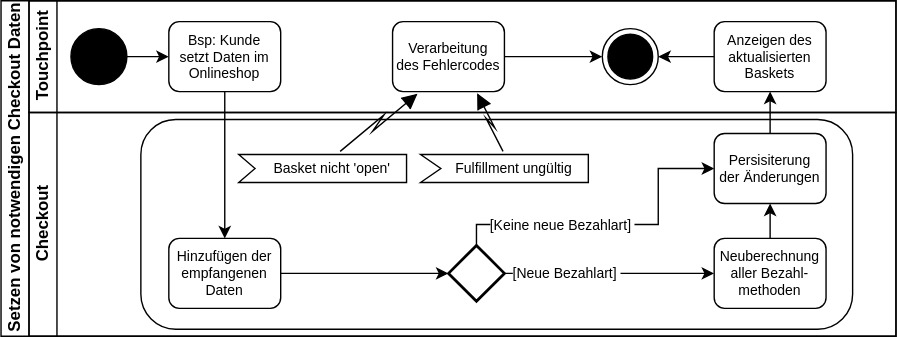
Above: svg/AD Checkoutdata.svg in Thalmaier/bachelor-thesis (draw.io), before the change. Source tidied: cells renumbered, new cells last; positions are measured from the earlier drawing's top-left corner, leaving out a move shared by most shapes. The source it was exported from:
```xml
<mxGraphModel>
  <root>
    <mxCell id="0" />
    <mxCell id="1" parent="0" />
    <mxCell id="2" value="Setzen von notwendigen Checkout Daten" style="swimlane;html=1;horizontal=0;startSize=20;fontColor=#000000;strokeColor=#000000;fillColor=none;" parent="1" vertex="1">
      <mxGeometry width="640" height="240" as="geometry" />
    </mxCell>
    <mxCell id="3" value="Touchpoint" style="swimlane;html=1;startSize=20;horizontal=0;fontColor=#000000;strokeColor=#000000;fillColor=none;" parent="2" vertex="1">
      <mxGeometry x="20" width="620" height="80" as="geometry" />
    </mxCell>
    <mxCell id="4" style="edgeStyle=orthogonalEdgeStyle;rounded=0;jettySize=auto;html=1;fontColor=#000000;strokeColor=#000000;" parent="3" edge="1" source="5" target="6">
      <mxGeometry relative="1" as="geometry" />
    </mxCell>
    <mxCell id="5" style="ellipse;whiteSpace=wrap;html=1;fontColor=#000000;strokeColor=#000000;fillColor=#000000;" parent="3" vertex="1">
      <mxGeometry x="30" y="20" width="40" height="40" as="geometry" />
    </mxCell>
    <mxCell id="6" value="Bsp: Kunde&#10;setzt Daten im&#10;Onlineshop" style="rounded=1;fontFamily=Helvetica;fontSize=10;fontColor=#000000;align=center;strokeColor=#000000;fillColor=#FFFFFF;" parent="3" vertex="1">
      <mxGeometry x="100" y="15" width="80" height="50" as="geometry" />
    </mxCell>
    <mxCell id="7" style="edgeStyle=orthogonalEdgeStyle;rounded=0;jettySize=auto;html=1;fontSize=10;fontColor=#000000;strokeColor=#000000;" parent="3" edge="1" source="8" target="9">
      <mxGeometry relative="1" as="geometry" />
    </mxCell>
    <mxCell id="8" value="Verarbeitung&#10;des Fehlercodes" style="rounded=1;fontFamily=Helvetica;fontSize=10;fontColor=#000000;align=center;strokeColor=#000000;fillColor=#FFFFFF;" parent="3" vertex="1">
      <mxGeometry x="260" y="15" width="80" height="50" as="geometry" />
    </mxCell>
    <mxCell id="9" style="ellipse;html=1;shape=endState;fillColor=#000000;strokeColor=#000000;fontSize=10;fontColor=#000000;" parent="3" vertex="1">
      <mxGeometry x="410" y="20" width="40" height="40" as="geometry" />
    </mxCell>
    <mxCell id="10" style="edgeStyle=orthogonalEdgeStyle;rounded=0;jettySize=auto;html=1;exitX=0;exitY=0.5;exitDx=0;exitDy=0;entryX=1;entryY=0.5;entryDx=0;entryDy=0;fontSize=11;fontColor=#000000;strokeColor=#000000;" parent="3" edge="1" source="11" target="9">
      <mxGeometry relative="1" as="geometry" />
    </mxCell>
    <mxCell id="11" value="Anzeigen des&#10;aktualisierten&#10;Baskets" style="rounded=1;fontFamily=Helvetica;fontSize=10;fontColor=#000000;align=center;strokeColor=#000000;fillColor=#FFFFFF;" parent="3" vertex="1">
      <mxGeometry x="490" y="15" width="80" height="50" as="geometry" />
    </mxCell>
    <mxCell id="12" value="Checkout" style="swimlane;html=1;startSize=20;horizontal=0;fontColor=#000000;strokeColor=#000000;fillColor=none;" parent="2" vertex="1">
      <mxGeometry x="20" y="80" width="620" height="160" as="geometry" />
    </mxCell>
    <mxCell id="13" style="html=1;align=right;verticalAlign=top;rounded=1;absoluteArcSize=1;arcSize=50;dashed=0;spacingTop=10;spacingRight=30;sketch=0;fillStyle=auto;fillColor=none;strokeColor=#000000;" parent="12" vertex="1">
      <mxGeometry x="80" y="5" width="509" height="150" as="geometry" />
    </mxCell>
    <mxCell id="14" style="edgeStyle=orthogonalEdgeStyle;rounded=0;jettySize=auto;html=1;fontSize=10;fontColor=#000000;strokeColor=#000000;" parent="12" edge="1" source="15" target="21">
      <mxGeometry relative="1" as="geometry" />
    </mxCell>
    <mxCell id="15" value="Hinzufügen der&#10;empfangenen&#10;Daten" style="rounded=1;fontFamily=Helvetica;fontSize=10;fontColor=#000000;align=center;strokeColor=#000000;fillColor=#FFFFFF;" parent="12" vertex="1">
      <mxGeometry x="100" y="90" width="80" height="50" as="geometry" />
    </mxCell>
    <mxCell id="16" value="Persisiterung&#10;der Änderungen" style="rounded=1;fontFamily=Helvetica;fontSize=10;fontColor=#000000;align=center;strokeColor=#000000;fillColor=#FFFFFF;" parent="12" vertex="1">
      <mxGeometry x="490" y="15" width="80" height="50" as="geometry" />
    </mxCell>
    <mxCell id="17" style="edgeStyle=orthogonalEdgeStyle;rounded=0;jettySize=auto;html=1;entryX=0;entryY=0.5;entryDx=0;entryDy=0;fontSize=11;fontColor=#000000;strokeColor=#000000;" parent="12" edge="1" source="21" target="23">
      <mxGeometry relative="1" as="geometry" />
    </mxCell>
    <mxCell id="18" value="[Neue Bezahlart]" style="edgeLabel;align=center;verticalAlign=middle;fontSize=10;fontColor=#000000;labelBackgroundColor=#FFFFFF;" parent="17" vertex="1">
      <mxGeometry x="-0.41" relative="1" as="geometry">
        <mxPoint x="-1" y="-1" as="offset" />
      </mxGeometry>
    </mxCell>
    <mxCell id="19" style="edgeStyle=orthogonalEdgeStyle;rounded=0;jettySize=auto;html=1;exitX=0.5;exitY=0;exitDx=0;exitDy=0;exitPerimeter=0;entryX=0;entryY=0.5;entryDx=0;entryDy=0;fontSize=11;fontColor=#000000;strokeColor=#000000;" parent="12" edge="1" source="21" target="16">
      <mxGeometry relative="1" as="geometry">
        <Array as="points">
          <mxPoint x="320" y="80" />
          <mxPoint x="450" y="80" />
          <mxPoint x="450" y="40" />
        </Array>
      </mxGeometry>
    </mxCell>
    <mxCell id="20" value="[Keine neue Bezahlart]" style="edgeLabel;align=center;verticalAlign=middle;fontSize=10;fontColor=#000000;labelBackgroundColor=#FFFFFF;" parent="19" vertex="1">
      <mxGeometry x="-0.77" relative="1" as="geometry">
        <mxPoint x="50" as="offset" />
      </mxGeometry>
    </mxCell>
    <mxCell id="21" style="strokeWidth=2;html=1;shape=mxgraph.flowchart.decision;whiteSpace=wrap;fontSize=10;fontColor=#000000;fillColor=#FFFFFF;strokeColor=#000000;" parent="12" vertex="1">
      <mxGeometry x="300" y="95" width="40" height="40" as="geometry" />
    </mxCell>
    <mxCell id="22" style="edgeStyle=orthogonalEdgeStyle;rounded=0;jettySize=auto;html=1;entryX=0.5;entryY=1;entryDx=0;entryDy=0;fontSize=11;fontColor=#000000;strokeColor=#000000;" parent="12" edge="1" source="23" target="16">
      <mxGeometry relative="1" as="geometry" />
    </mxCell>
    <mxCell id="23" value="Neuberechnung&#10;aller Bezahl-&#10;methoden" style="rounded=1;fontFamily=Helvetica;fontSize=10;fontColor=#000000;align=center;strokeColor=#000000;fillColor=#FFFFFF;" parent="12" vertex="1">
      <mxGeometry x="490" y="90" width="80" height="50" as="geometry" />
    </mxCell>
    <mxCell id="24" value="Basket nicht 'open'" style="shape=mxgraph.infographic.ribbonSimple;notch1=11.67;notch2=0;align=center;verticalAlign=middle;fontSize=10;fontStyle=0;fillColor=#FFFFFF;flipH=0;spacingRight=0;spacingLeft=14;rounded=1;sketch=0;fillStyle=auto;strokeColor=#000000;fontColor=#000000;" parent="12" vertex="1">
      <mxGeometry x="150" y="30" width="120" height="20" as="geometry" />
    </mxCell>
    <mxCell id="25" value="Fulfillment ungültig" style="shape=mxgraph.infographic.ribbonSimple;notch1=14.52;notch2=0;align=center;verticalAlign=middle;fontSize=10;fontStyle=0;fillColor=#FFFFFF;flipH=0;spacingRight=0;spacingLeft=14;rounded=1;sketch=0;fillStyle=auto;strokeColor=#000000;fontColor=#000000;" parent="12" vertex="1">
      <mxGeometry x="280" y="30" width="120" height="20" as="geometry" />
    </mxCell>
    <mxCell id="26" style="edgeStyle=orthogonalEdgeStyle;rounded=0;jettySize=auto;html=1;fontSize=10;fontColor=#000000;strokeColor=#000000;" parent="2" edge="1" source="6" target="15">
      <mxGeometry relative="1" as="geometry" />
    </mxCell>
    <mxCell id="27" style="edgeStyle=orthogonalEdgeStyle;rounded=0;jettySize=auto;html=1;fontSize=10;fontColor=#000000;strokeColor=#000000;" parent="2" edge="1" source="16" target="11">
      <mxGeometry relative="1" as="geometry" />
    </mxCell>
    <mxCell id="28" style="shape=mxgraph.lean_mapping.electronic_info_flow_edge;html=1;rounded=0;fontSize=12;fontColor=#000000;endArrow=classic;endFill=1;strokeColor=#000000;entryX=0.25;entryY=1;entryDx=0;entryDy=0;exitX=0;exitY=0;exitDx=69.5;exitDy=0;exitPerimeter=0;" parent="2" edge="1" source="24" target="8">
      <mxGeometry relative="1" as="geometry">
        <Array as="points">
          <mxPoint x="240" y="90" />
        </Array>
      </mxGeometry>
    </mxCell>
    <mxCell id="29" style="shape=mxgraph.lean_mapping.electronic_info_flow_edge;html=1;rounded=0;fontSize=12;fontColor=#000000;endArrow=classic;endFill=1;strokeColor=#000000;entryX=0.75;entryY=1;entryDx=0;entryDy=0;exitX=0;exitY=0;exitDx=60;exitDy=0;exitPerimeter=0;" parent="2" edge="1" source="25" target="8">
      <mxGeometry relative="1" as="geometry">
        <Array as="points">
          <mxPoint x="340" y="90" />
        </Array>
      </mxGeometry>
    </mxCell>
  </root>
</mxGraphModel>
```
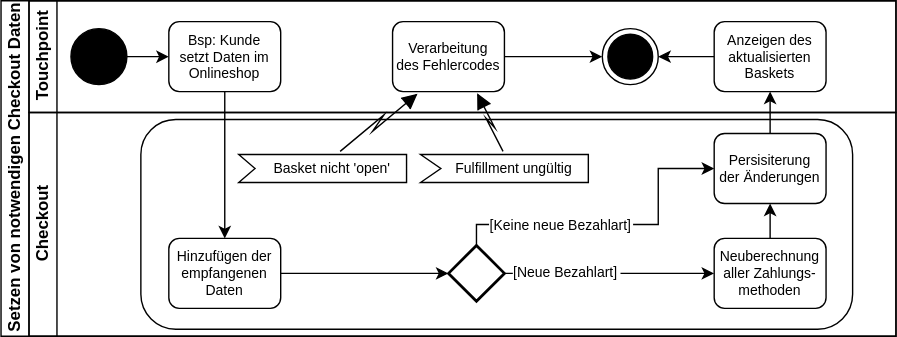
After the change.

Diff of the diagram source:
```diff
@@ -75,7 +75,7 @@
     <mxCell id="22" style="edgeStyle=orthogonalEdgeStyle;rounded=0;jettySize=auto;html=1;entryX=0.5;entryY=1;entryDx=0;entryDy=0;fontSize=11;fontColor=#000000;strokeColor=#000000;" parent="12" edge="1" source="23" target="16">
       <mxGeometry relative="1" as="geometry" />
     </mxCell>
-    <mxCell id="23" value="Neuberechnung&#10;aller Bezahl-&#10;methoden" style="rounded=1;fontFamily=Helvetica;fontSize=10;fontColor=#000000;align=center;strokeColor=#000000;fillColor=#FFFFFF;" parent="12" vertex="1">
+    <mxCell id="23" value="Neuberechnung&#10;aller Zahlungs-&#10;methoden" style="rounded=1;fontFamily=Helvetica;fontSize=10;fontColor=#000000;align=center;strokeColor=#000000;fillColor=#FFFFFF;" parent="12" vertex="1">
       <mxGeometry x="490" y="90" width="80" height="50" as="geometry" />
     </mxCell>
     <mxCell id="24" value="Basket nicht 'open'" style="shape=mxgraph.infographic.ribbonSimple;notch1=11.67;notch2=0;align=center;verticalAlign=middle;fontSize=10;fontStyle=0;fillColor=#FFFFFF;flipH=0;spacingRight=0;spacingLeft=14;rounded=1;sketch=0;fillStyle=auto;strokeColor=#000000;fontColor=#000000;" parent="12" vertex="1">
```
